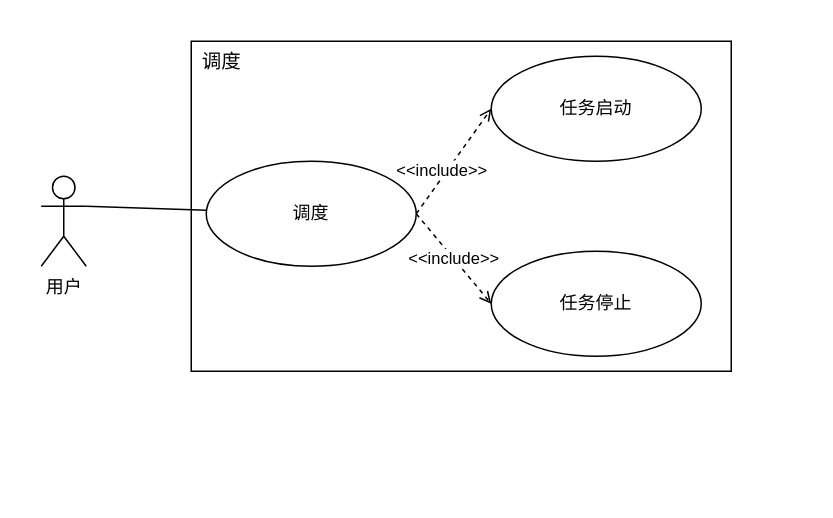
This is 调度用例图.drawio from tianshengdiwangK/common, a draw.io file, before an edit. Source tidied: cells renumbered, new cells numbered last; positions are measured from the earlier drawing's top-left corner, leaving out a move shared by most shapes. Both pictures are drawn from the tidied source at 150%, with x=0, y=0 at pixel (40, 26).
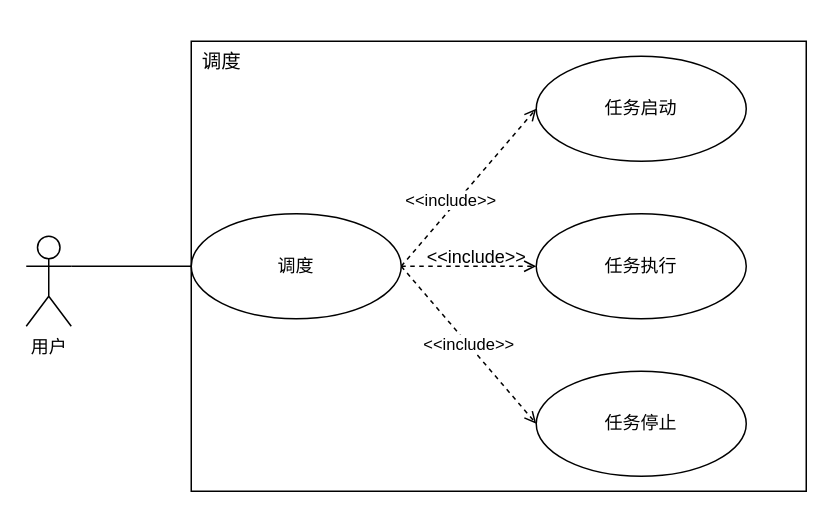
Above is the later version.

Commit message:
更新调度用例图.drawio

What changed in the source:
```diff
@@
 <mxGraphModel>
   <root>
     <mxCell id="0" />
     <mxCell id="1" parent="0" />
     <mxCell id="2" style="rounded=0;whiteSpace=wrap;html=1;" parent="1" vertex="1">
-      <mxGeometry x="100" y="10" width="360" height="220" as="geometry" />
+      <mxGeometry x="100" y="10" width="410" height="300" as="geometry" />
     </mxCell>
     <mxCell id="3" value="用户" style="shape=umlActor;verticalLabelPosition=bottom;verticalAlign=top;html=1;outlineConnect=0;" parent="1" vertex="1">
-      <mxGeometry y="100" width="30" height="60" as="geometry" />
+      <mxGeometry x="-10" y="140" width="30" height="60" as="geometry" />
     </mxCell>
     <mxCell id="4" value="&lt;span style=&quot;font-weight: normal;&quot;&gt;&lt;font style=&quot;font-size: 13px;&quot;&gt;调度&lt;/font&gt;&lt;/span&gt;" style="text;strokeColor=none;fillColor=none;html=1;fontSize=24;fontStyle=1;verticalAlign=middle;align=center;" parent="1" vertex="1">
       <mxGeometry x="70" width="100" height="40" as="geometry" />
     </mxCell>
     <mxCell id="5" style="rounded=0;jettySize=auto;html=1;entryX=0;entryY=0.5;entryDx=0;entryDy=0;dashed=1;endArrow=open;endFill=0;exitX=1;exitY=0.5;exitDx=0;exitDy=0;" parent="1" edge="1" source="8" target="9">
       <mxGeometry relative="1" as="geometry" />
     </mxCell>
     <mxCell id="6" value="&amp;lt;&amp;lt;include&amp;gt;&amp;gt;" style="edgeLabel;html=1;align=center;verticalAlign=middle;" parent="5" vertex="1">
       <mxGeometry x="-0.2" y="4" relative="1" as="geometry" />
     </mxCell>
     <mxCell id="7" value="&amp;lt;&amp;lt;include&amp;gt;&amp;gt;" style="rounded=0;jettySize=auto;html=1;entryX=0;entryY=0.5;entryDx=0;entryDy=0;exitX=1;exitY=0.5;exitDx=0;exitDy=0;dashed=1;endArrow=open;endFill=0;" parent="1" edge="1" source="8" target="10">
       <mxGeometry relative="1" as="geometry" />
     </mxCell>
+    <mxCell id="12" style="edgeStyle=orthogonalEdgeStyle;rounded=0;jettySize=auto;html=1;dashed=1;endArrow=open;endFill=0;" parent="1" edge="1" source="8" target="13">
+      <mxGeometry relative="1" as="geometry" />
+    </mxCell>
     <mxCell id="8" value="调度" style="ellipse;whiteSpace=wrap;html=1;" parent="1" vertex="1">
-      <mxGeometry x="110" y="90" width="140" height="70" as="geometry" />
+      <mxGeometry x="100" y="125" width="140" height="70" as="geometry" />
     </mxCell>
     <mxCell id="9" value="任务启动" style="ellipse;whiteSpace=wrap;html=1;" parent="1" vertex="1">
-      <mxGeometry x="300" y="20" width="140" height="70" as="geometry" />
+      <mxGeometry x="330" y="20" width="140" height="70" as="geometry" />
     </mxCell>
     <mxCell id="10" value="任务停止" style="ellipse;whiteSpace=wrap;html=1;" parent="1" vertex="1">
-      <mxGeometry x="300" y="150" width="140" height="70" as="geometry" />
+      <mxGeometry x="330" y="230" width="140" height="70" as="geometry" />
     </mxCell>
     <mxCell id="11" style="rounded=0;jettySize=auto;html=1;endArrow=none;endFill=0;exitX=1;exitY=0.3333333333333333;exitDx=0;exitDy=0;exitPerimeter=0;" parent="1" edge="1" source="3" target="8">
       <mxGeometry relative="1" as="geometry" />
     </mxCell>
+    <mxCell id="13" value="任务执行" style="ellipse;whiteSpace=wrap;html=1;" parent="1" vertex="1">
+      <mxGeometry x="330" y="125" width="140" height="70" as="geometry" />
+    </mxCell>
+    <mxCell id="14" value="&lt;span style=&quot;font-weight: normal;&quot;&gt;&lt;font style=&quot;font-size: 12px;&quot;&gt;&amp;lt;&amp;lt;include&amp;gt;&amp;gt;&lt;/font&gt;&lt;/span&gt;" style="text;strokeColor=none;fillColor=none;html=1;fontSize=24;fontStyle=1;verticalAlign=middle;align=center;" parent="1" vertex="1">
+      <mxGeometry x="240" y="130" width="100" height="40" as="geometry" />
+    </mxCell>
   </root>
 </mxGraphModel>
```
